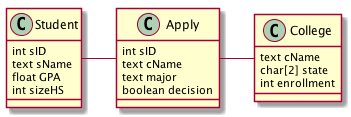
AdityaPrasad1/cs373 keeps this PlantUML diagram as examples/SAC.png. Above is the earlier version.
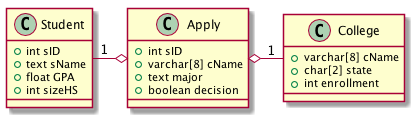
Later version of the same file.

Change to the diagram source:
```diff
@@ -1,25 +1,26 @@
 @startuml
-Student - Apply
-Apply   - College
+
+Student "1" -o     Apply
+Apply       o- "1" College
 
 class Student {
-    int sID
-    text sName
-    float GPA
-    int sizeHS
+    + int sID
+    + text sName
+    + float GPA
+    + int sizeHS
+    }
+
+class College {
+    + varchar[8] cName
+    + char[2] state
+    + int enrollment
     }
 
 class Apply {
-    int sID
-    text cName
-    text major
-    boolean decision
-    }
-
-class College {
-    text cName
-    char[2] state
-    int enrollment
+    + int sID
+    + varchar[8] cName
+    + text major
+    + boolean decision
     }
 
 @enduml
```
